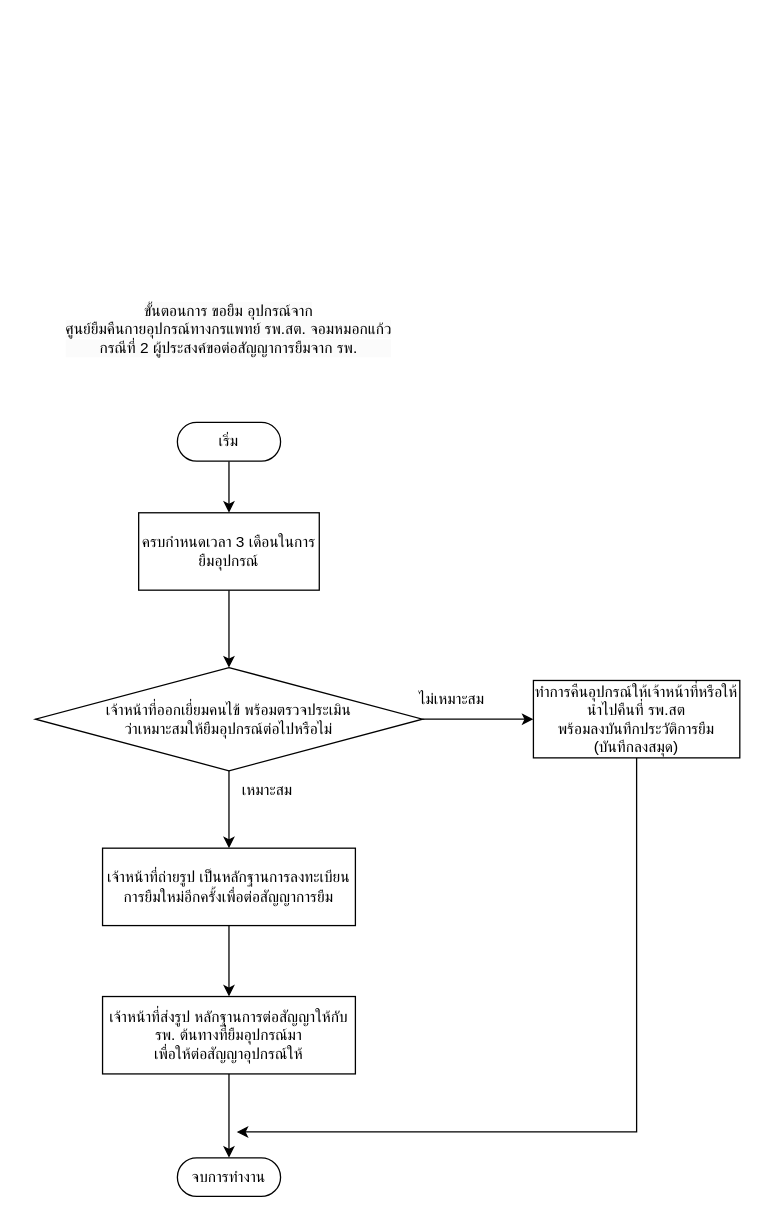
The draw.io diagram page "ขอยืม+ต่อสัญญา รพ." (3 of 5) of cmk/old system.drawio in S-B-Tanayut/diagram_repo, before the edit. Source tidied: cells renumbered, new cells numbered last; positions are measured from the earlier drawing's top-left corner, leaving out a move shared by most shapes. Both pictures are drawn from the tidied source at 129%, with x=0, y=0 at pixel (22, 293).
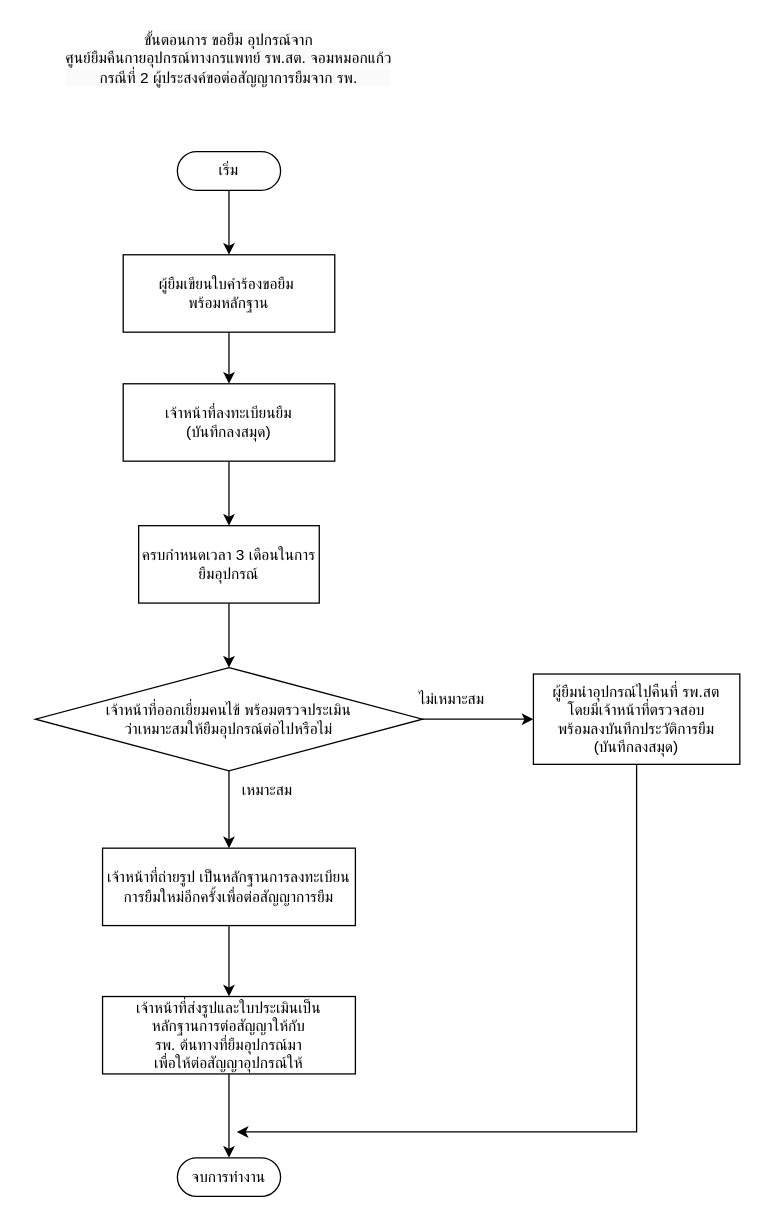
The same page after the edit.

The edit, as a diff of the source:
```diff
@@
     <mxCell id="2" value="&lt;span style=&quot;color: rgb(0, 0, 0); font-family: Helvetica; font-size: 12px; font-style: normal; font-variant-ligatures: normal; font-variant-caps: normal; font-weight: 400; letter-spacing: normal; orphans: 2; text-indent: 0px; text-transform: none; widows: 2; word-spacing: 0px; -webkit-text-stroke-width: 0px; white-space: normal; background-color: rgb(251, 251, 251); text-decoration-thickness: initial; text-decoration-style: initial; text-decoration-color: initial; float: none; display: inline !important;&quot;&gt;ขั้นตอนการ ขอยืม อุปกรณ์จาก&lt;/span&gt;&lt;br style=&quot;forced-color-adjust: none; color: rgb(0, 0, 0); font-family: Helvetica; font-size: 12px; font-style: normal; font-variant-ligatures: normal; font-variant-caps: normal; font-weight: 400; letter-spacing: normal; orphans: 2; text-indent: 0px; text-transform: none; widows: 2; word-spacing: 0px; -webkit-text-stroke-width: 0px; white-space: normal; background-color: rgb(251, 251, 251); text-decoration-thickness: initial; text-decoration-style: initial; text-decoration-color: initial;&quot;&gt;&lt;span style=&quot;color: rgb(0, 0, 0); font-family: Helvetica; font-size: 12px; font-style: normal; font-variant-ligatures: normal; font-variant-caps: normal; font-weight: 400; letter-spacing: normal; orphans: 2; text-indent: 0px; text-transform: none; widows: 2; word-spacing: 0px; -webkit-text-stroke-width: 0px; white-space: normal; background-color: rgb(251, 251, 251); text-decoration-thickness: initial; text-decoration-style: initial; text-decoration-color: initial; float: none; display: inline !important;&quot;&gt;ศูนย์ยืมคืนกายอุปกรณ์ทางกรแพทย์ รพ.สต. จอมหมอกแก้ว&lt;/span&gt;&lt;div style=&quot;forced-color-adjust: none; color: rgb(0, 0, 0); font-family: Helvetica; font-size: 12px; font-style: normal; font-variant-ligatures: normal; font-variant-caps: normal; font-weight: 400; letter-spacing: normal; orphans: 2; text-indent: 0px; text-transform: none; widows: 2; word-spacing: 0px; -webkit-text-stroke-width: 0px; white-space: normal; background-color: rgb(251, 251, 251); text-decoration-thickness: initial; text-decoration-style: initial; text-decoration-color: initial;&quot;&gt;กรณีที่ 2 ผู้ประสงค์ขอต่อสัญญาการยืมจาก รพ.&lt;/div&gt;" style="text;whiteSpace=wrap;html=1;align=center;" parent="1" vertex="1">
-      <mxGeometry width="320" height="60" as="geometry" />
+      <mxGeometry y="-210" width="320" height="60" as="geometry" />
     </mxCell>
-    <mxCell id="3" style="edgeStyle=orthogonalEdgeStyle;rounded=0;jettySize=auto;html=1;" parent="1" edge="1" source="4" target="6">
-      <mxGeometry relative="1" as="geometry" />
-    </mxCell>
+    <mxCell id="19" style="edgeStyle=orthogonalEdgeStyle;rounded=0;jettySize=auto;html=1;" parent="1" edge="1" source="4" target="21">
+      <mxGeometry relative="1" as="geometry" />
+    </mxCell>
     <mxCell id="4" value="เริ่ม" style="html=1;dashed=0;whiteSpace=wrap;shape=mxgraph.dfd.start;" parent="1" vertex="1">
-      <mxGeometry x="120" y="100" width="80" height="30" as="geometry" />
+      <mxGeometry x="120" y="-110" width="80" height="30" as="geometry" />
     </mxCell>
@@
     <mxCell id="6" value="ครบกำหนดเวลา 3 เดือนในการยืมอุปกรณ์" style="rounded=0;whiteSpace=wrap;html=1;" parent="1" vertex="1">
-      <mxGeometry x="90" y="170" width="140" height="60" as="geometry" />
+      <mxGeometry x="90" y="180" width="140" height="60" as="geometry" />
     </mxCell>
@@
-    <mxCell id="11" value="ทำการคืนอุปกรณ์ให้เจ้าหน้าที่หรือให้นำไปคืนที่ รพ.สต &lt;br&gt;พร้อมลงบันทึกประวัติการยืม&lt;br&gt;(บันทึกลงสมุด)" style="rounded=0;whiteSpace=wrap;html=1;" parent="1" vertex="1">
-      <mxGeometry x="396" y="300" width="160" height="60" as="geometry" />
+    <mxCell id="11" value="ผู้ยืมนำอุปกรณ์ไปคืนที่ รพ.สต&lt;br&gt;โดยมีเจ้าหน้าที่ตรวจสอบ&lt;br&gt;พร้อมลงบันทึกประวัติการยืม&lt;br&gt;(บันทึกลงสมุด)" style="rounded=0;whiteSpace=wrap;html=1;" parent="1" vertex="1">
+      <mxGeometry x="396" y="295" width="160" height="70" as="geometry" />
     </mxCell>
@@
-    <mxCell id="18" value="เจ้าหน้าที่ส่งรูป หลักฐานการต่อสัญญาให้กับ รพ. ต้นทางที่ยืมอุปกรณ์มา &lt;br&gt;เพื่อให้ต่อสัญญาอุปกรณ์ให้" style="rounded=0;whiteSpace=wrap;html=1;" parent="1" vertex="1">
+    <mxCell id="18" value="เจ้าหน้าที่ส่งรูปและใบประเมินเป็น&lt;br&gt;หลักฐานการต่อสัญญาให้กับ &lt;br&gt;รพ. ต้นทางที่ยืมอุปกรณ์มา &lt;br&gt;เพื่อให้ต่อสัญญาอุปกรณ์ให้" style="rounded=0;whiteSpace=wrap;html=1;" parent="1" vertex="1">
       <mxGeometry x="62" y="545" width="196" height="60" as="geometry" />
     </mxCell>
+    <mxCell id="20" style="edgeStyle=orthogonalEdgeStyle;rounded=0;jettySize=auto;html=1;" parent="1" edge="1" source="21" target="23">
+      <mxGeometry relative="1" as="geometry" />
+    </mxCell>
+    <mxCell id="21" value="ผู้ยืมเขียนใบคำร้องขอยืม&amp;nbsp;&lt;br&gt;&lt;span style=&quot;background-color: initial;&quot;&gt;พร้อมหลักฐาน&lt;/span&gt;" style="rounded=0;whiteSpace=wrap;html=1;" parent="1" vertex="1">
+      <mxGeometry x="78" y="-30" width="164" height="60" as="geometry" />
+    </mxCell>
+    <mxCell id="22" style="edgeStyle=orthogonalEdgeStyle;rounded=0;jettySize=auto;html=1;" parent="1" edge="1" source="23" target="6">
+      <mxGeometry relative="1" as="geometry" />
+    </mxCell>
+    <mxCell id="23" value="เจ้าหน้าที่ลงทะเบียนยืม&lt;div&gt;(บันทึกลงสมุด)&lt;/div&gt;" style="rounded=0;whiteSpace=wrap;html=1;" parent="1" vertex="1">
+      <mxGeometry x="78" y="70" width="164" height="60" as="geometry" />
+    </mxCell>
```
